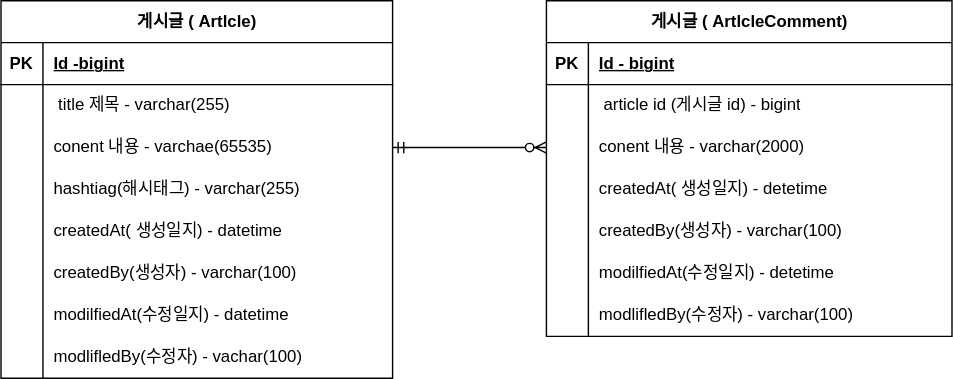
The draw.io diagram document/project-board-erd.svg in snskwhsrud/notice-board, before a commit. Source tidied: cells renumbered, new cells last; positions are measured from the earlier drawing's top-left corner, leaving out a move shared by most shapes.
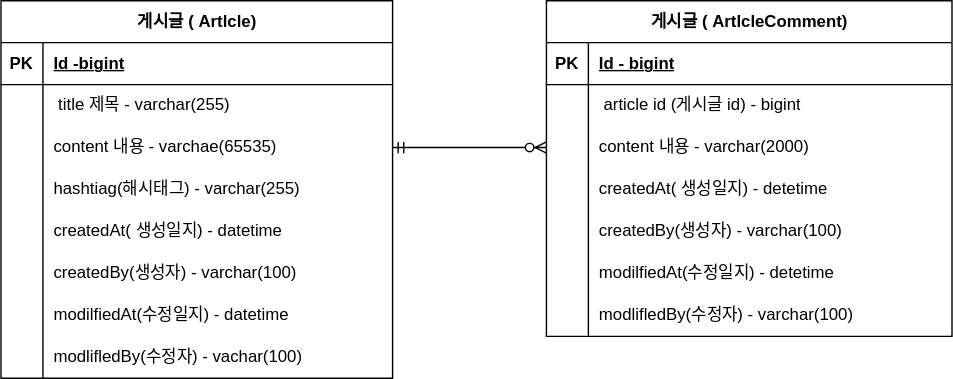
The same file after the commit.

Commit message:
#6 - 오타 수정 project-board-erd.svg 업데이트

Diff of the diagram source:
```diff
@@ -29,7 +29,7 @@
     <mxCell id="10" style="shape=partialRectangle;fillColor=none;top=0;left=0;bottom=0;right=0;overflow=hidden;whiteSpace=wrap;html=1;" parent="9" vertex="1">
       <mxGeometry width="30" height="30" as="geometry" />
     </mxCell>
-    <mxCell id="11" value="conent 내용 - varchae(65535)" style="shape=partialRectangle;fillColor=none;top=0;left=0;bottom=0;right=0;align=left;spacingLeft=6;overflow=hidden;whiteSpace=wrap;html=1;" parent="9" vertex="1">
+    <mxCell id="11" value="content 내용 - varchae(65535)" style="shape=partialRectangle;fillColor=none;top=0;left=0;bottom=0;right=0;align=left;spacingLeft=6;overflow=hidden;whiteSpace=wrap;html=1;" parent="9" vertex="1">
       <mxGeometry x="30" width="250" height="30" as="geometry" />
     </mxCell>
     <mxCell id="12" style="shape=tableRow;horizontal=0;startSize=0;swimlaneHead=0;swimlaneBody=0;fillColor=none;top=0;left=0;right=0;bottom=0;" parent="2" vertex="1">
@@ -104,7 +104,7 @@
     <mxCell id="35" style="shape=partialRectangle;fillColor=none;top=0;left=0;bottom=0;right=0;overflow=hidden;whiteSpace=wrap;html=1;" parent="34" vertex="1">
       <mxGeometry width="30" height="30" as="geometry" />
     </mxCell>
-    <mxCell id="36" value="conent 내용 - varchar(2000)" style="shape=partialRectangle;fillColor=none;top=0;left=0;bottom=0;right=0;align=left;spacingLeft=6;overflow=hidden;whiteSpace=wrap;html=1;" parent="34" vertex="1">
+    <mxCell id="36" value="content 내용 - varchar(2000)" style="shape=partialRectangle;fillColor=none;top=0;left=0;bottom=0;right=0;align=left;spacingLeft=6;overflow=hidden;whiteSpace=wrap;html=1;" parent="34" vertex="1">
       <mxGeometry x="30" width="260" height="30" as="geometry" />
     </mxCell>
     <mxCell id="37" style="shape=tableRow;horizontal=0;startSize=0;swimlaneHead=0;swimlaneBody=0;fillColor=none;top=0;left=0;right=0;bottom=0;" parent="27" vertex="1">
```
